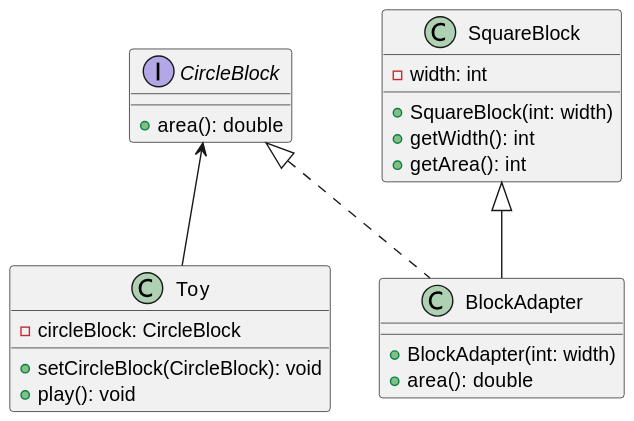
The PlantUML diagram .gitbook/uml/programming/design-pattern/structural/adapter/class-adapter.svg in ImSejin/TIL, before a commit. Its diagram source:
```plantuml
@startuml
interface CircleBlock {
    + area(): double
}

class Toy {
    - circleBlock: CircleBlock

    + setCircleBlock(CircleBlock): void
    + play(): void
}

class SquareBlock {
    - width: int

    + SquareBlock(int: width)
    + getWidth(): int
    + getArea(): int
}

class BlockAdapter {
    + BlockAdapter(int: width)
    + area(): double
}

CircleBlock <-- Toy
CircleBlock <|.. BlockAdapter
SquareBlock <|-- BlockAdapter
@enduml
```
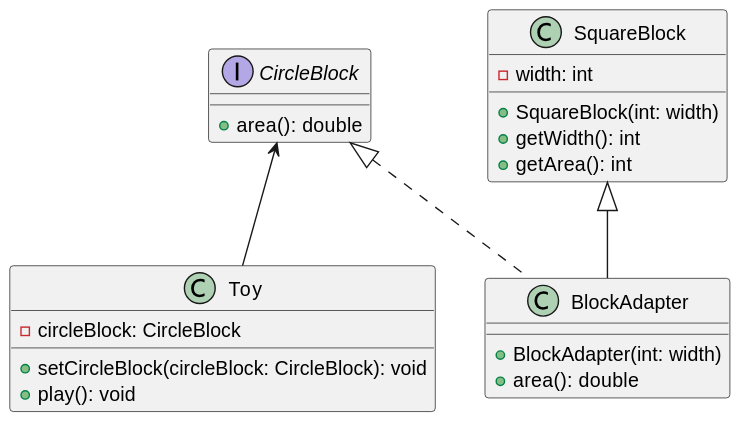
Above is the later version.

Commit message:
Update: assets/uml

What changed in the source:
```diff
@@ -6,7 +6,7 @@
 class Toy {
     - circleBlock: CircleBlock
 
-    + setCircleBlock(CircleBlock): void
+    + setCircleBlock(circleBlock: CircleBlock): void
     + play(): void
 }
 
```
